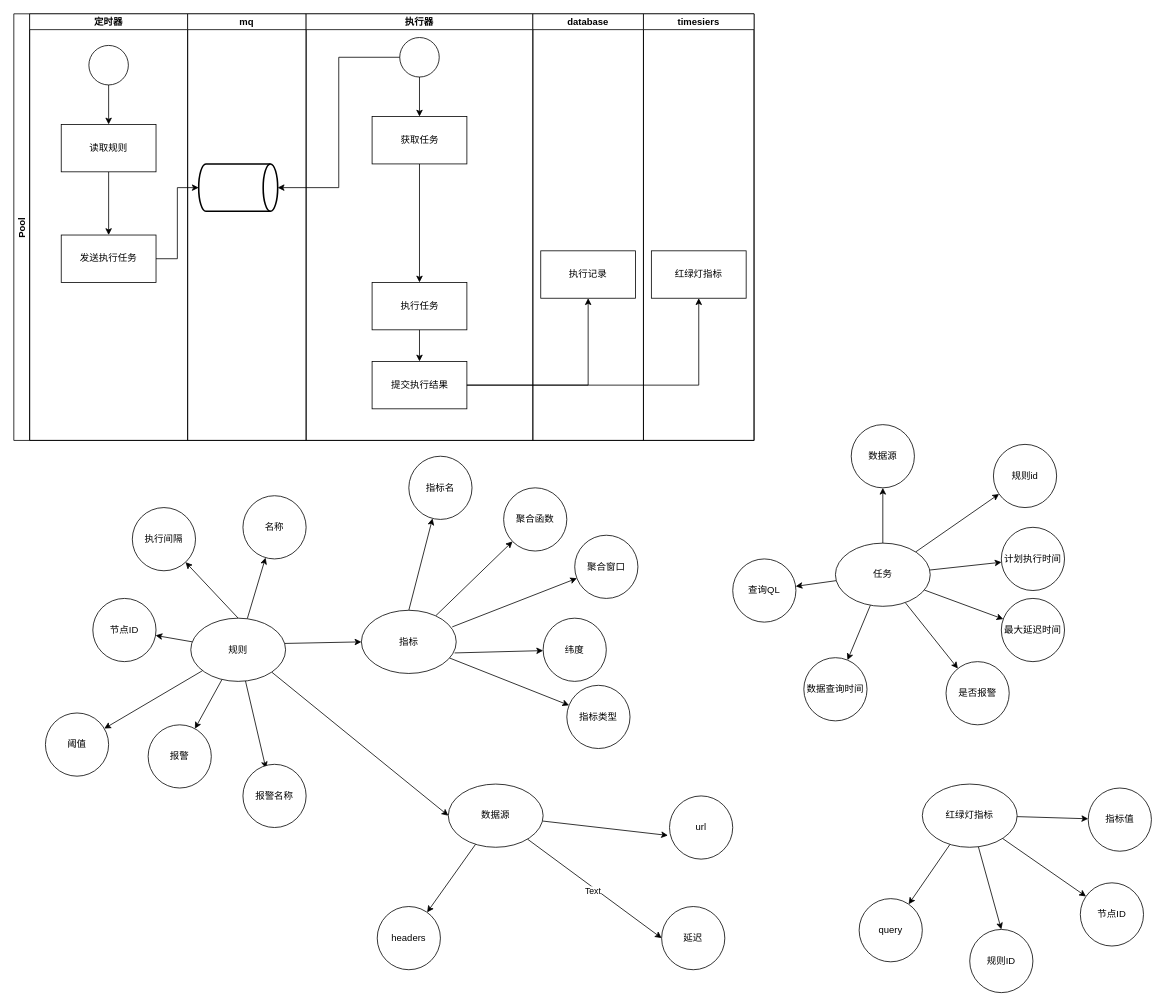
Before: 红绿灯.drawio in biuboombiuboom/mydrawio, a draw.io diagram. Source tidied: cells renumbered, new cells numbered last; positions are measured from the earlier drawing's top-left corner, leaving out a move shared by most shapes. Both pictures are drawn from the tidied source at 79%, with x=0, y=0 at pixel (13, 13).
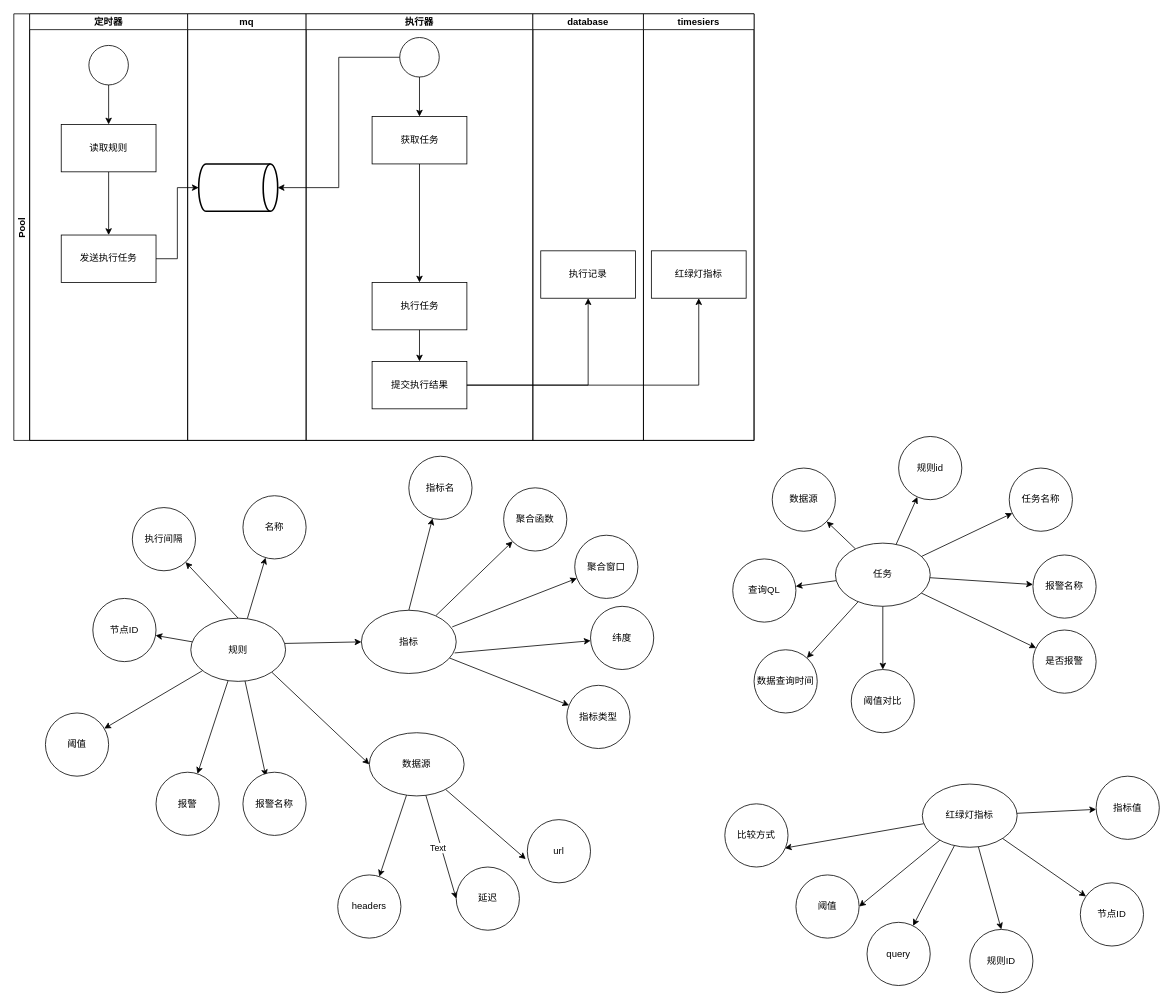
The same page after the edit.

Commit message:
更新红绿灯.drawio

Unchanged cells that the change refers to:
```xml
<mxCell id="63" value="任务" style="ellipse;whiteSpace=wrap;html=1;" parent="1" vertex="1">
  <mxGeometry x="1040" y="670" width="120" height="80" as="geometry" />
</mxCell>
<mxCell id="80" value="红绿灯指标" style="ellipse;whiteSpace=wrap;html=1;" parent="1" vertex="1">
  <mxGeometry x="1150" y="975" width="120" height="80" as="geometry" />
</mxCell>
```

The edit, as a diff of the source:
```diff
@@
     <mxCell id="36" value="纬度" style="ellipse;whiteSpace=wrap;html=1;" parent="1" vertex="1">
-      <mxGeometry x="670" y="765" width="80" height="80" as="geometry" />
+      <mxGeometry x="730" y="750" width="80" height="80" as="geometry" />
     </mxCell>
@@
     <mxCell id="51" value="数据源" style="ellipse;whiteSpace=wrap;html=1;" parent="1" vertex="1">
-      <mxGeometry x="550" y="975" width="120" height="80" as="geometry" />
+      <mxGeometry x="450" y="910" width="120" height="80" as="geometry" />
     </mxCell>
@@
     <mxCell id="54" value="报警" style="ellipse;whiteSpace=wrap;html=1;" parent="1" vertex="1">
-      <mxGeometry x="170" y="900" width="80" height="80" as="geometry" />
+      <mxGeometry x="180" y="960" width="80" height="80" as="geometry" />
     </mxCell>
@@
+    <mxCell id="85" style="edgeStyle=none;rounded=0;jettySize=auto;html=1;" parent="1" edge="1" source="63" target="90">
+      <mxGeometry relative="1" as="geometry" />
+    </mxCell>
@@
     <mxCell id="64" value="规则id" style="ellipse;whiteSpace=wrap;html=1;" parent="1" vertex="1">
-      <mxGeometry x="1240" y="545" width="80" height="80" as="geometry" />
+      <mxGeometry x="1120" y="535" width="80" height="80" as="geometry" />
     </mxCell>
-    <mxCell id="65" value="计划执行时间" style="ellipse;whiteSpace=wrap;html=1;" parent="1" vertex="1">
-      <mxGeometry x="1250" y="650" width="80" height="80" as="geometry" />
+    <mxCell id="65" value="报警名称" style="ellipse;whiteSpace=wrap;html=1;" parent="1" vertex="1">
+      <mxGeometry x="1290" y="685" width="80" height="80" as="geometry" />
     </mxCell>
-    <mxCell id="66" value="最大延迟时间" style="ellipse;whiteSpace=wrap;html=1;" parent="1" vertex="1">
-      <mxGeometry x="1250" y="740" width="80" height="80" as="geometry" />
+    <mxCell id="66" value="任务名称" style="ellipse;whiteSpace=wrap;html=1;" parent="1" vertex="1">
+      <mxGeometry x="1260" y="575" width="80" height="80" as="geometry" />
     </mxCell>
     <mxCell id="67" value="是否报警" style="ellipse;whiteSpace=wrap;html=1;" parent="1" vertex="1">
-      <mxGeometry x="1180" y="820" width="80" height="80" as="geometry" />
+      <mxGeometry x="1290" y="780" width="80" height="80" as="geometry" />
     </mxCell>
     <mxCell id="68" value="数据源" style="ellipse;whiteSpace=wrap;html=1;" parent="1" vertex="1">
-      <mxGeometry x="1060" y="520" width="80" height="80" as="geometry" />
+      <mxGeometry x="960" y="575" width="80" height="80" as="geometry" />
     </mxCell>
@@
     <mxCell id="70" value="数据查询时间" style="ellipse;whiteSpace=wrap;html=1;" parent="1" vertex="1">
-      <mxGeometry x="1000" y="815" width="80" height="80" as="geometry" />
+      <mxGeometry x="937" y="805" width="80" height="80" as="geometry" />
     </mxCell>
@@
     <mxCell id="72" value="报警名称" style="ellipse;whiteSpace=wrap;html=1;" parent="1" vertex="1">
-      <mxGeometry x="290" y="950" width="80" height="80" as="geometry" />
+      <mxGeometry x="290" y="960" width="80" height="80" as="geometry" />
     </mxCell>
     <mxCell id="73" value="url" style="ellipse;whiteSpace=wrap;html=1;" parent="1" vertex="1">
-      <mxGeometry x="830" y="990" width="80" height="80" as="geometry" />
+      <mxGeometry x="650" y="1020" width="80" height="80" as="geometry" />
     </mxCell>
     <mxCell id="74" value="延迟" style="ellipse;whiteSpace=wrap;html=1;" parent="1" vertex="1">
-      <mxGeometry x="820" y="1130" width="80" height="80" as="geometry" />
+      <mxGeometry x="560" y="1080" width="80" height="80" as="geometry" />
     </mxCell>
     <mxCell id="75" value="headers" style="ellipse;whiteSpace=wrap;html=1;" parent="1" vertex="1">
-      <mxGeometry x="460" y="1130" width="80" height="80" as="geometry" />
+      <mxGeometry x="410" y="1090" width="80" height="80" as="geometry" />
     </mxCell>
@@
+    <mxCell id="86" style="edgeStyle=none;rounded=0;jettySize=auto;html=1;entryX=1;entryY=0.5;entryDx=0;entryDy=0;" parent="1" edge="1" source="80" target="88">
+      <mxGeometry relative="1" as="geometry" />
+    </mxCell>
+    <mxCell id="87" style="edgeStyle=none;rounded=0;jettySize=auto;html=1;entryX=0.95;entryY=0.7;entryDx=0;entryDy=0;entryPerimeter=0;" parent="1" edge="1" source="80" target="89">
+      <mxGeometry relative="1" as="geometry" />
+    </mxCell>
@@
     <mxCell id="81" value="指标值" style="ellipse;whiteSpace=wrap;html=1;" parent="1" vertex="1">
-      <mxGeometry x="1360" y="980" width="80" height="80" as="geometry" />
+      <mxGeometry x="1370" y="965" width="80" height="80" as="geometry" />
     </mxCell>
@@
     <mxCell id="84" value="query" style="ellipse;whiteSpace=wrap;html=1;" parent="1" vertex="1">
-      <mxGeometry x="1070" y="1120" width="80" height="80" as="geometry" />
+      <mxGeometry x="1080" y="1150" width="80" height="80" as="geometry" />
     </mxCell>
+    <mxCell id="88" value="阈值" style="ellipse;whiteSpace=wrap;html=1;" parent="1" vertex="1">
+      <mxGeometry x="990" y="1090" width="80" height="80" as="geometry" />
+    </mxCell>
+    <mxCell id="89" value="比较方式" style="ellipse;whiteSpace=wrap;html=1;" parent="1" vertex="1">
+      <mxGeometry x="900" y="1000" width="80" height="80" as="geometry" />
+    </mxCell>
+    <mxCell id="90" value="阈值对比" style="ellipse;whiteSpace=wrap;html=1;" parent="1" vertex="1">
+      <mxGeometry x="1060" y="830" width="80" height="80" as="geometry" />
+    </mxCell>
```
